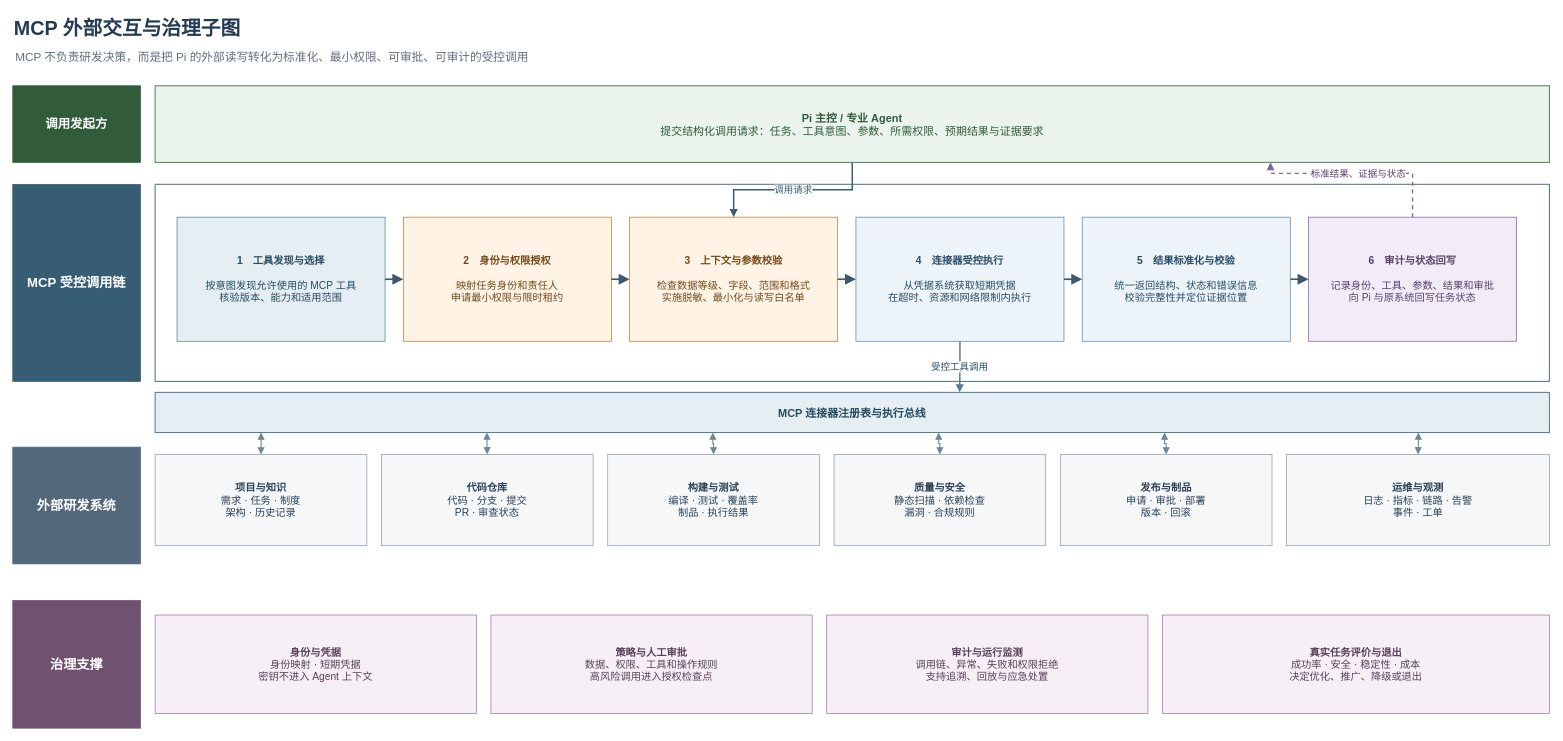
Before: diagrams/current/图8_MCP外部交互与治理子图.drawio in GeHahahaha/AI-paper, a draw.io diagram. Source tidied: cells renumbered, new cells numbered last; positions are measured from the earlier drawing's top-left corner, leaving out a move shared by most shapes. Both pictures are drawn from the tidied source at 73%, with x=0, y=0 at pixel (12, 12).
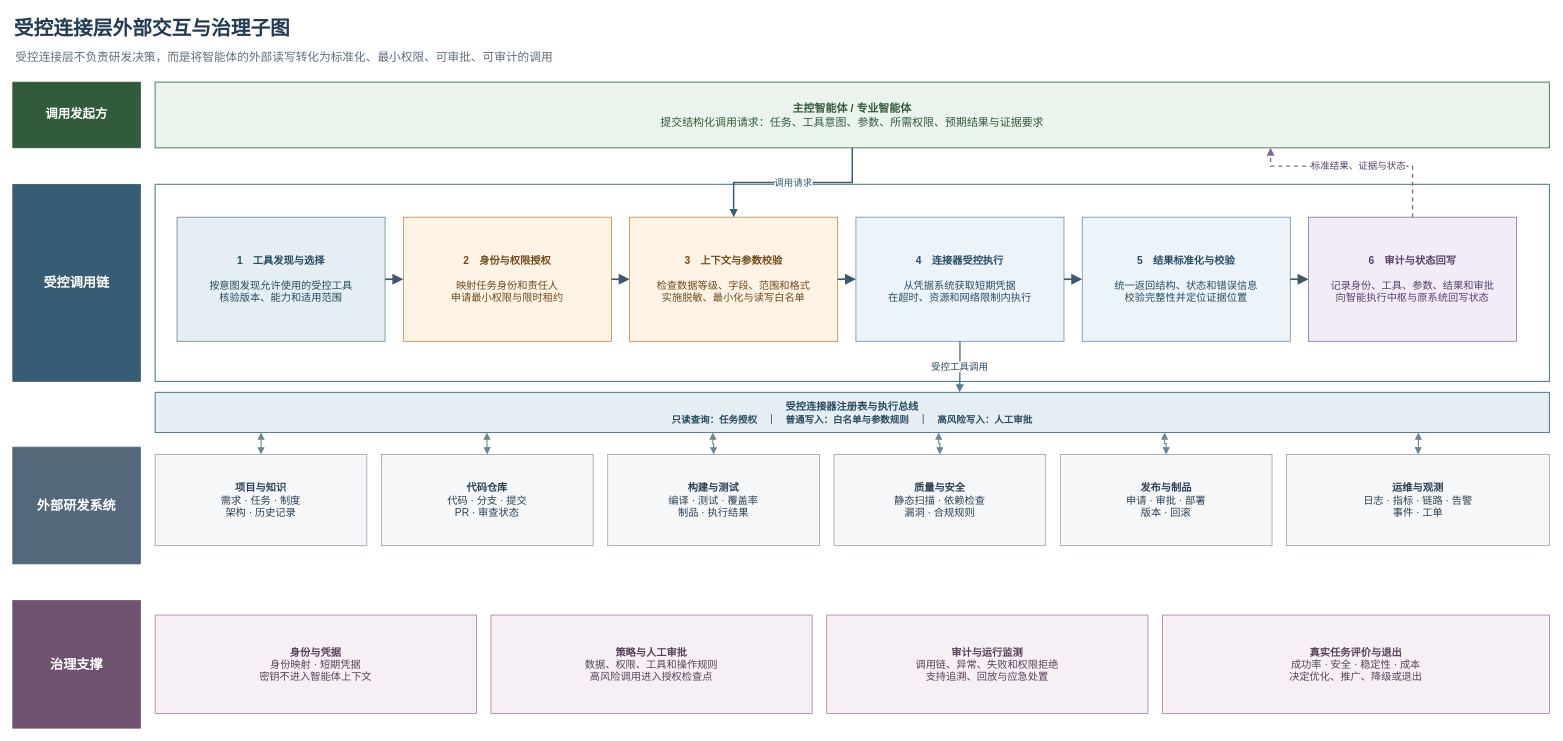
The same page after the edit.

The edit, as a diff of the source:
```diff
@@
-    <mxCell id="2" value="MCP 外部交互与治理子图" style="text;html=1;align=left;verticalAlign=middle;fontFamily=Microsoft YaHei;fontSize=27;fontStyle=1;fontColor=#233B53;" parent="1" vertex="1">
-      <mxGeometry width="800" height="44" as="geometry" />
+    <mxCell id="2" value="受控连接层外部交互与治理子图" style="text;html=1;align=left;verticalAlign=middle;fontFamily=Microsoft YaHei;fontSize=27;fontStyle=1;fontColor=#233B53;" parent="1" vertex="1">
+      <mxGeometry width="900" height="44" as="geometry" />
     </mxCell>
-    <mxCell id="3" value="MCP 不负责研发决策，而是把 Pi 的外部读写转化为标准化、最小权限、可审批、可审计的受控调用" style="text;html=1;align=left;verticalAlign=middle;fontFamily=Microsoft YaHei;fontSize=16;fontColor=#5F6F7F;" parent="1" vertex="1">
-      <mxGeometry x="2" y="45" width="1600" height="30" as="geometry" />
+    <mxCell id="3" value="受控连接层不负责研发决策，而是将智能体的外部读写转化为标准化、最小权限、可审批、可审计的调用" style="text;html=1;align=left;verticalAlign=middle;fontFamily=Microsoft YaHei;fontSize=16;fontColor=#5F6F7F;" parent="1" vertex="1">
+      <mxGeometry x="2" y="45" width="1800" height="30" as="geometry" />
     </mxCell>
-    <mxCell id="4" value="&lt;b&gt;Pi 主控 / 专业 Agent&lt;/b&gt;&lt;br&gt;提交结构化调用请求：任务、工具意图、参数、所需权限、预期结果与证据要求" style="rounded=0;whiteSpace=wrap;html=1;fillColor=#EAF4ED;strokeColor=#5E8B6B;strokeWidth=1.5;fontFamily=Microsoft YaHei;fontColor=#315B3B;fontSize=15;align=center;verticalAlign=middle;spacing=12;" parent="1" vertex="1">
-      <mxGeometry x="195" y="100" width="1910" height="105" as="geometry" />
+    <mxCell id="4" value="&lt;b&gt;主控智能体 / 专业智能体&lt;/b&gt;&lt;br&gt;提交结构化调用请求：任务、工具意图、参数、所需权限、预期结果与证据要求" style="rounded=0;whiteSpace=wrap;html=1;fillColor=#EAF4ED;strokeColor=#5E8B6B;strokeWidth=1.5;fontFamily=Microsoft YaHei;fontColor=#315B3B;fontSize=15;align=center;verticalAlign=middle;spacing=12;" parent="1" vertex="1">
+      <mxGeometry x="195" y="95" width="1910" height="90" as="geometry" />
     </mxCell>
     <mxCell id="5" value="调用发起方" style="rounded=0;whiteSpace=wrap;html=1;fillColor=#315B3B;strokeColor=#315B3B;fontFamily=Microsoft YaHei;fontColor=#FFFFFF;fontSize=17;fontStyle=1;align=center;verticalAlign=middle;" parent="1" vertex="1">
-      <mxGeometry y="100" width="175" height="105" as="geometry" />
+      <mxGeometry y="95" width="175" height="90" as="geometry" />
     </mxCell>
-    <mxCell id="6" value="MCP 受控调用链" style="rounded=0;whiteSpace=wrap;html=1;fillColor=#365D73;strokeColor=#365D73;fontFamily=Microsoft YaHei;fontColor=#FFFFFF;fontSize=18;fontStyle=1;align=center;verticalAlign=middle;" parent="1" vertex="1">
+    <mxCell id="6" value="受控调用链" style="rounded=0;whiteSpace=wrap;html=1;fillColor=#365D73;strokeColor=#365D73;fontFamily=Microsoft YaHei;fontColor=#FFFFFF;fontSize=18;fontStyle=1;align=center;verticalAlign=middle;" parent="1" vertex="1">
       <mxGeometry y="235" width="175" height="270" as="geometry" />
     </mxCell>
@@
-    <mxCell id="8" value="&lt;b&gt;1　工具发现与选择&lt;/b&gt;&lt;br&gt;&lt;br&gt;按意图发现允许使用的 MCP 工具&lt;br&gt;核验版本、能力和适用范围" style="rounded=0;whiteSpace=wrap;html=1;fillColor=#E4EEF3;strokeColor=#557D91;fontFamily=Microsoft YaHei;fontColor=#274B5E;fontSize=14;align=center;verticalAlign=middle;spacing=10;" parent="1" vertex="1">
+    <mxCell id="8" value="&lt;b&gt;1　工具发现与选择&lt;/b&gt;&lt;br&gt;&lt;br&gt;按意图发现允许使用的受控工具&lt;br&gt;核验版本、能力和适用范围" style="rounded=0;whiteSpace=wrap;html=1;fillColor=#E4EEF3;strokeColor=#557D91;fontFamily=Microsoft YaHei;fontColor=#274B5E;fontSize=14;align=center;verticalAlign=middle;spacing=10;" parent="1" vertex="1">
       <mxGeometry x="225" y="280" width="285" height="170" as="geometry" />
     </mxCell>
@@
-    <mxCell id="13" value="&lt;b&gt;6　审计与状态回写&lt;/b&gt;&lt;br&gt;&lt;br&gt;记录身份、工具、参数、结果和审批&lt;br&gt;向 Pi 与原系统回写任务状态" style="rounded=0;whiteSpace=wrap;html=1;fillColor=#F2ECF8;strokeColor=#80659B;fontFamily=Microsoft YaHei;fontColor=#574168;fontSize=14;align=center;verticalAlign=middle;spacing=10;" parent="1" vertex="1">
+    <mxCell id="13" value="&lt;b&gt;6　审计与状态回写&lt;/b&gt;&lt;br&gt;&lt;br&gt;记录身份、工具、参数、结果和审批&lt;br&gt;向智能执行中枢与原系统回写状态" style="rounded=0;whiteSpace=wrap;html=1;fillColor=#F2ECF8;strokeColor=#80659B;fontFamily=Microsoft YaHei;fontColor=#574168;fontSize=14;align=center;verticalAlign=middle;spacing=10;" parent="1" vertex="1">
       <mxGeometry x="1775" y="280" width="285" height="170" as="geometry" />
     </mxCell>
@@
     <mxCell id="20" value="标准结果、证据与状态" style="edgeStyle=orthogonalEdgeStyle;rounded=0;html=1;strokeColor=#80659B;strokeWidth=1.8;dashed=1;endArrow=block;endFill=1;exitX=0.5;exitY=0;entryX=0.8;entryY=1;fontFamily=Microsoft YaHei;fontColor=#574168;fontSize=13;labelBackgroundColor=#FFFFFF;" parent="1" edge="1" source="13" target="4">
       <mxGeometry relative="1" as="geometry">
         <Array as="points">
-          <mxPoint x="1915" y="220" />
-          <mxPoint x="1725" y="220" />
+          <mxPoint x="1915" y="210" />
+          <mxPoint x="1725" y="210" />
         </Array>
       </mxGeometry>
     </mxCell>
-    <mxCell id="21" value="MCP 连接器注册表与执行总线" style="rounded=0;whiteSpace=wrap;html=1;fillColor=#E4EEF3;strokeColor=#557D91;strokeWidth=1.4;fontFamily=Microsoft YaHei;fontColor=#274B5E;fontSize=15;fontStyle=1;align=center;verticalAlign=middle;" parent="1" vertex="1">
+    <mxCell id="21" value="&lt;b&gt;受控连接器注册表与执行总线&lt;/b&gt;&lt;br&gt;&lt;font style=&quot;font-size:13px&quot;&gt;只读查询：任务授权　｜　普通写入：白名单与参数规则　｜　高风险写入：人工审批&lt;/font&gt;" style="rounded=0;whiteSpace=wrap;html=1;fillColor=#E4EEF3;strokeColor=#557D91;strokeWidth=1.4;fontFamily=Microsoft YaHei;fontColor=#274B5E;fontSize=14;fontStyle=1;align=center;verticalAlign=middle;" parent="1" vertex="1">
       <mxGeometry x="195" y="520" width="1910" height="55" as="geometry" />
     </mxCell>
@@
-    <mxCell id="37" value="&lt;b&gt;身份与凭据&lt;/b&gt;&lt;br&gt;身份映射 · 短期凭据&lt;br&gt;密钥不进入 Agent 上下文" style="rounded=0;whiteSpace=wrap;html=1;fillColor=#F6F0F6;strokeColor=#9A789A;fontFamily=Microsoft YaHei;fontColor=#584058;fontSize=14;align=center;verticalAlign=middle;" parent="1" vertex="1">
+    <mxCell id="37" value="&lt;b&gt;身份与凭据&lt;/b&gt;&lt;br&gt;身份映射 · 短期凭据&lt;br&gt;密钥不进入智能体上下文" style="rounded=0;whiteSpace=wrap;html=1;fillColor=#F6F0F6;strokeColor=#9A789A;fontFamily=Microsoft YaHei;fontColor=#584058;fontSize=14;align=center;verticalAlign=middle;" parent="1" vertex="1">
       <mxGeometry x="195" y="825" width="440" height="135" as="geometry" />
     </mxCell>
```
